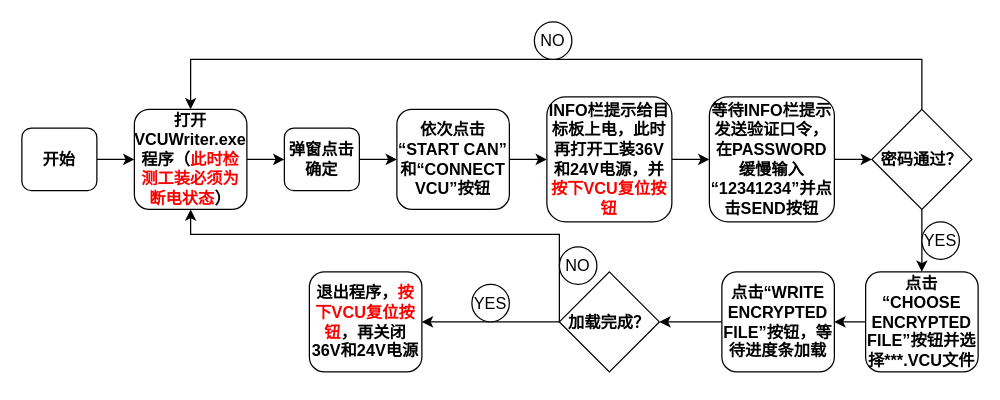
This is 未命名绘图.drawio from loneisme/linuxopencv, a draw.io file, before an edit. Source tidied: cells renumbered, new cells numbered last; positions are measured from the earlier drawing's top-left corner, leaving out a move shared by most shapes. Both pictures are drawn from the tidied source at 125%, with x=0, y=0 at pixel (21, 21).
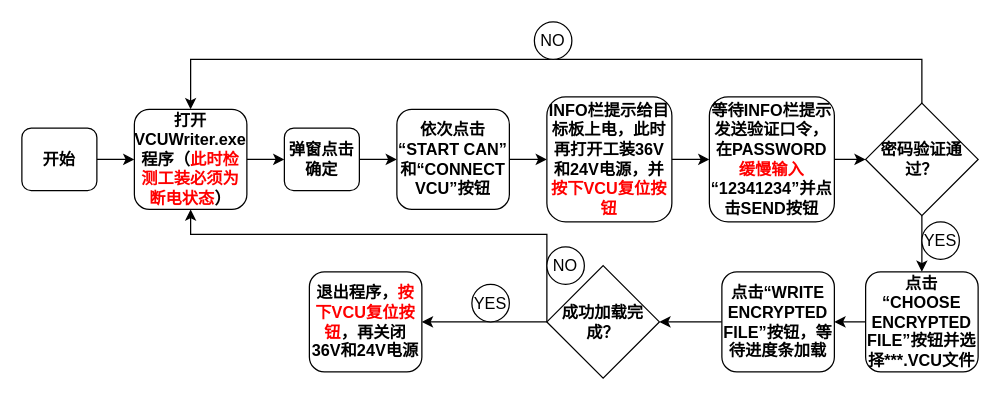
After the change.

Commit message:
更新未命名绘图.drawio

Unchanged cells that the change refers to:
```xml
<mxCell id="3" value="打开VCUWriter.exe程序（&lt;font color=&quot;#ff0000&quot;&gt;此时检测工装必须为断电状态&lt;/font&gt;）" style="rounded=1;whiteSpace=wrap;html=1;fontStyle=1;fontSize=13;" parent="1" vertex="1">
  <mxGeometry x="90" y="70" width="90" height="80" as="geometry" />
</mxCell>
```

What changed in the source:
```diff
@@
-    <mxCell id="11" value="等待INFO栏提示发送验证口令，在PASSWORD缓慢输入“12341234”并点击SEND按钮" style="rounded=1;whiteSpace=wrap;html=1;fontStyle=1;fontSize=13;" parent="1" vertex="1">
+    <mxCell id="11" value="等待INFO栏提示发送验证口令，在PASSWORD&lt;font color=&quot;#ff0000&quot;&gt;缓慢输入&lt;/font&gt;“12341234”并点击SEND按钮" style="rounded=1;whiteSpace=wrap;html=1;fontStyle=1;fontSize=13;" parent="1" vertex="1">
       <mxGeometry x="550" y="60" width="100" height="100" as="geometry" />
     </mxCell>
@@
-    <mxCell id="14" value="密码通过？" style="rhombus;whiteSpace=wrap;html=1;fontSize=13;fontStyle=1;" parent="1" vertex="1">
-      <mxGeometry x="680" y="70" width="80" height="80" as="geometry" />
+    <mxCell id="14" value="密码验证通过？" style="rhombus;whiteSpace=wrap;html=1;fontSize=13;fontStyle=1;" parent="1" vertex="1">
+      <mxGeometry x="675" y="65" width="90" height="90" as="geometry" />
     </mxCell>
@@
     <mxCell id="20" style="edgeStyle=orthogonalEdgeStyle;rounded=0;jettySize=auto;html=1;exitX=0;exitY=0.5;exitDx=0;exitDy=0;entryX=0.5;entryY=1;entryDx=0;entryDy=0;fontSize=13;" parent="1" edge="1" source="22" target="3">
       <mxGeometry relative="1" as="geometry">
         <Array as="points">
-          <mxPoint x="430" y="170" />
+          <mxPoint x="420" y="170" />
           <mxPoint x="135" y="170" />
         </Array>
       </mxGeometry>
     </mxCell>
@@
-    <mxCell id="22" value="加载完成？" style="rhombus;whiteSpace=wrap;html=1;fontSize=13;fontStyle=1;" parent="1" vertex="1">
-      <mxGeometry x="430" y="200" width="80" height="80" as="geometry" />
+    <mxCell id="22" value="成功加载完成？" style="rhombus;whiteSpace=wrap;html=1;fontSize=13;fontStyle=1;" parent="1" vertex="1">
+      <mxGeometry x="420" y="195" width="90" height="90" as="geometry" />
     </mxCell>
@@
     <mxCell id="24" value="NO" style="ellipse;whiteSpace=wrap;html=1;fontSize=13;" parent="1" vertex="1">
-      <mxGeometry x="430" y="180" width="30" height="30" as="geometry" />
+      <mxGeometry x="420" y="180" width="30" height="30" as="geometry" />
     </mxCell>
```
